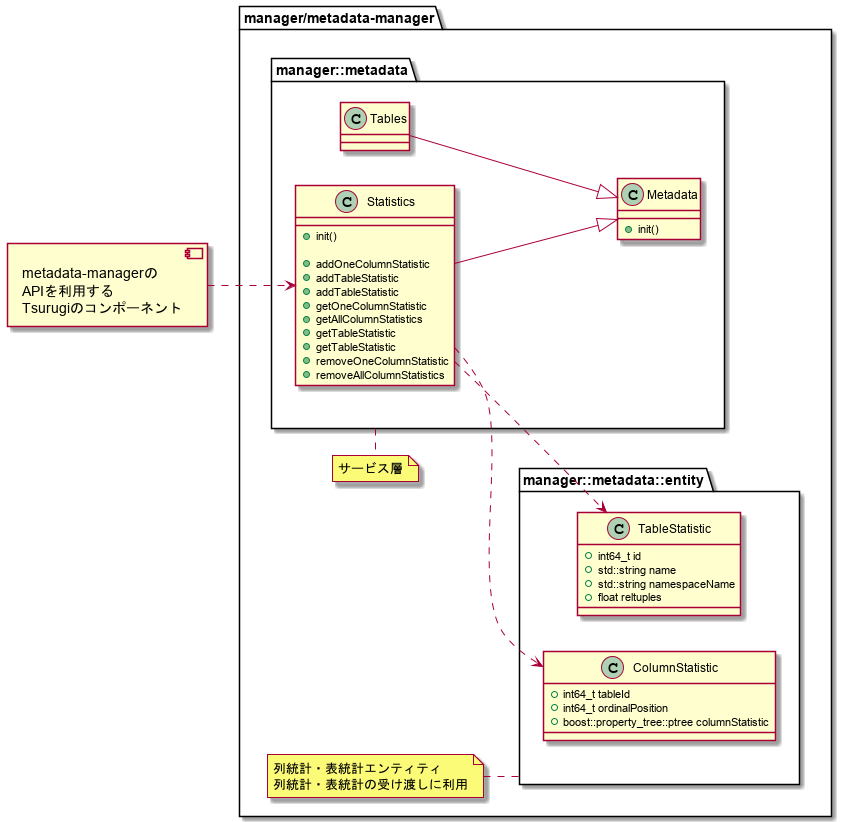
Earlier version of the PlantUML export metadata-manager/docs/statistic/02.FD/out/uml/ClassDiagram_detail/ClassDiagram_overview.png (project-tsurugi/metadata-manager).
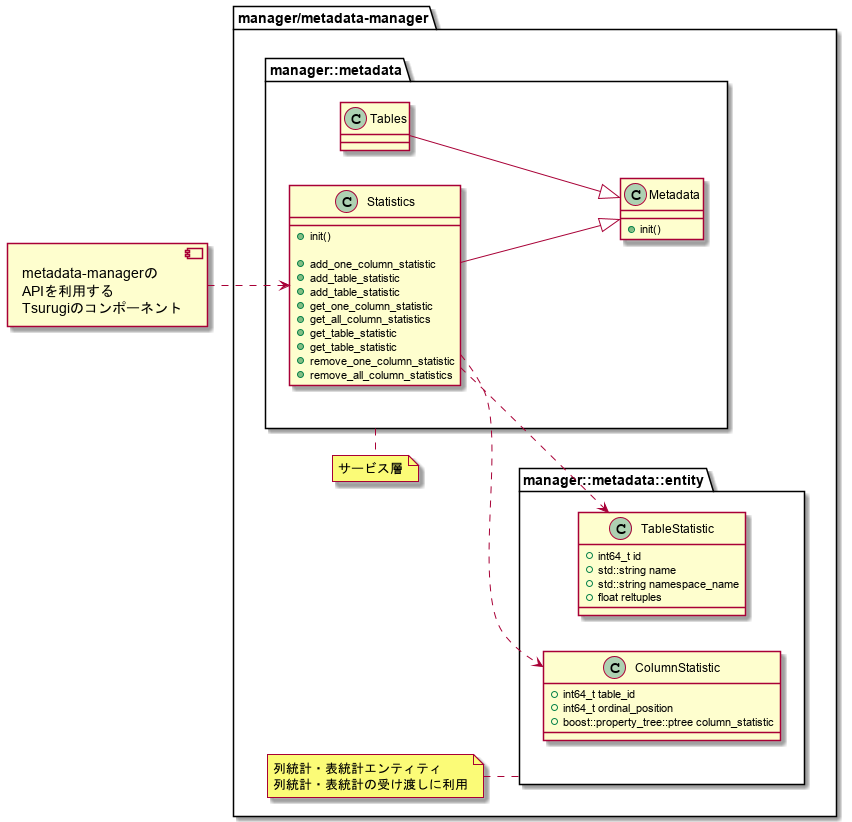
The same diagram one commit later.

The edit, as a diff of the source:
```diff
@@ -12,15 +12,15 @@
     class Statistics {
       {method}+init()
       {method}
-      {method}+addOneColumnStatistic
-      {method}+addTableStatistic
-      {method}+addTableStatistic
-      {method}+getOneColumnStatistic
-      {method}+getAllColumnStatistics
-      {method}+getTableStatistic
-      {method}+getTableStatistic
-      {method}+removeOneColumnStatistic
-      {method}+removeAllColumnStatistics
+      {method}+add_one_column_statistic
+      {method}+add_table_statistic
+      {method}+add_table_statistic
+      {method}+get_one_column_statistic
+      {method}+get_all_column_statistics
+      {method}+get_table_statistic
+      {method}+get_table_statistic
+      {method}+remove_one_column_statistic
+      {method}+remove_all_column_statistics
     }
 
     class Tables {
@@ -33,14 +33,14 @@
       class TableStatistic {
         {field}+int64_t id
         {field}+std::string name
-        {field}+std::string namespaceName
+        {field}+std::string namespace_name
         {field}+float reltuples
       }
 
       class ColumnStatistic {
-        {field}+int64_t tableId
-        {field}+int64_t ordinalPosition
-        {field}+boost::property_tree::ptree columnStatistic
+        {field}+int64_t table_id
+        {field}+int64_t ordinal_position
+        {field}+boost::property_tree::ptree column_statistic
       }
     }
 
```
